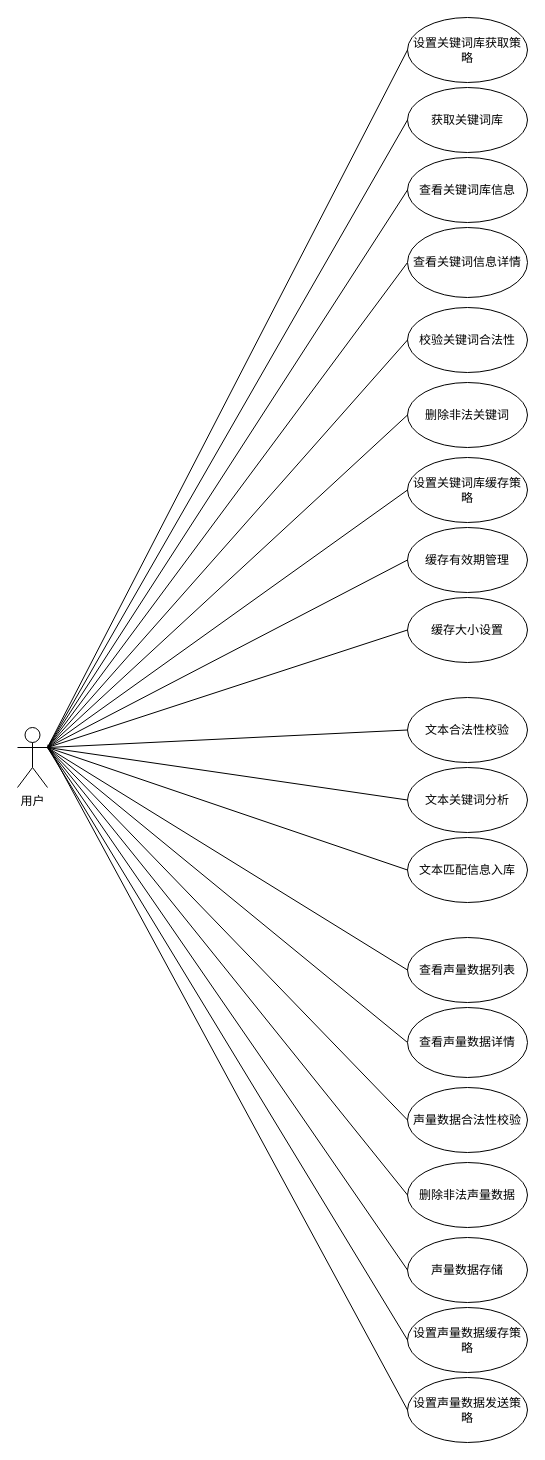
Above: page "Page-1" (1 of 2) of volume system.drawio in ikeyyang/uml (draw.io), before the change. Source tidied: cells renumbered, new cells numbered last; positions are measured from the earlier drawing's top-left corner, leaving out a move shared by most shapes. Both pictures are drawn from the tidied source at 100%, with x=0, y=0 at pixel (17, 17).
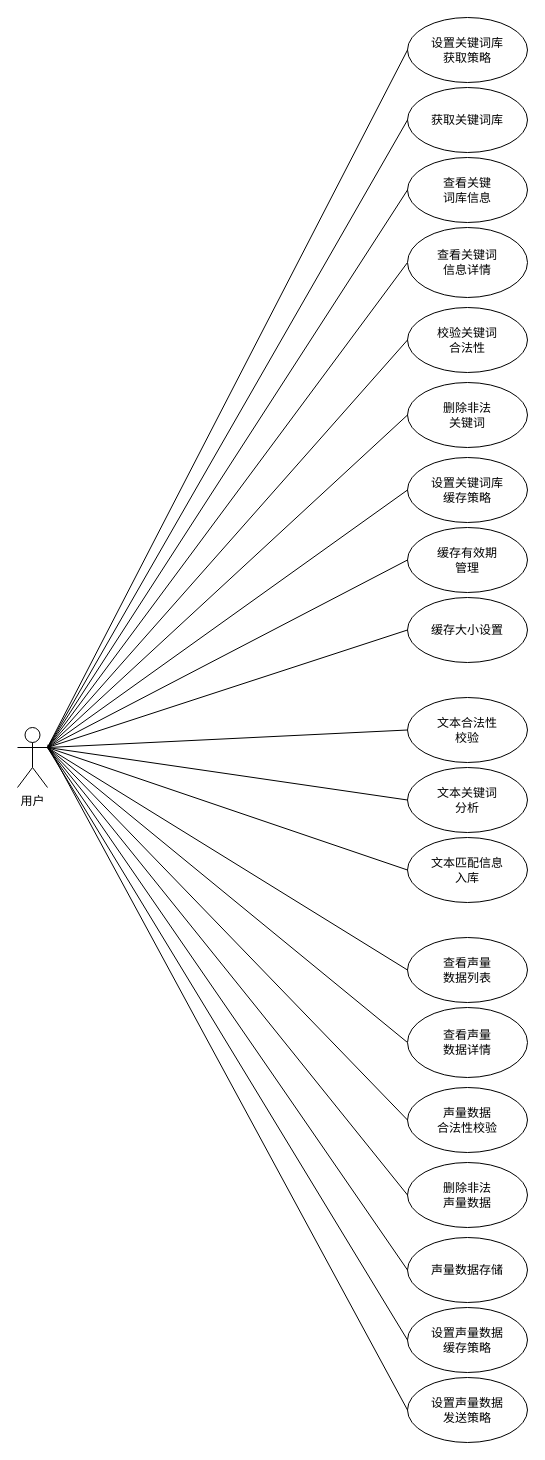
After the change.

Change to the diagram source:
```diff
@@
-    <mxCell id="4" value="校验关键词合法性" style="ellipse;whiteSpace=wrap;html=1;align=center;" parent="1" vertex="1">
+    <mxCell id="4" value="校验关键词&lt;br&gt;合法性" style="ellipse;whiteSpace=wrap;html=1;align=center;" parent="1" vertex="1">
       <mxGeometry x="390" y="290" width="120" height="65" as="geometry" />
     </mxCell>
@@
-    <mxCell id="6" value="设置关键词库缓存策略" style="ellipse;whiteSpace=wrap;html=1;align=center;" parent="1" vertex="1">
+    <mxCell id="6" value="设置关键词库&lt;br&gt;缓存策略" style="ellipse;whiteSpace=wrap;html=1;align=center;" parent="1" vertex="1">
       <mxGeometry x="390" y="440" width="120" height="65" as="geometry" />
     </mxCell>
@@
-    <mxCell id="8" value="缓存有效期管理" style="ellipse;whiteSpace=wrap;html=1;align=center;" parent="1" vertex="1">
+    <mxCell id="8" value="缓存有效期&lt;br&gt;管理" style="ellipse;whiteSpace=wrap;html=1;align=center;" parent="1" vertex="1">
       <mxGeometry x="390" y="510" width="120" height="65" as="geometry" />
     </mxCell>
@@
-    <mxCell id="10" value="删除非法关键词" style="ellipse;whiteSpace=wrap;html=1;align=center;" parent="1" vertex="1">
+    <mxCell id="10" value="删除非法&lt;br&gt;关键词" style="ellipse;whiteSpace=wrap;html=1;align=center;" parent="1" vertex="1">
       <mxGeometry x="390" y="365" width="120" height="65" as="geometry" />
     </mxCell>
@@
-    <mxCell id="12" value="设置关键词库获取策略" style="ellipse;whiteSpace=wrap;html=1;align=center;" parent="1" vertex="1">
+    <mxCell id="12" value="设置关键词库&lt;br&gt;获取策略" style="ellipse;whiteSpace=wrap;html=1;align=center;" parent="1" vertex="1">
       <mxGeometry x="390" width="120" height="65" as="geometry" />
     </mxCell>
@@
-    <mxCell id="14" value="查看关键词库信息" style="ellipse;whiteSpace=wrap;html=1;align=center;" parent="1" vertex="1">
+    <mxCell id="14" value="查看关键&lt;br&gt;词库信息" style="ellipse;whiteSpace=wrap;html=1;align=center;" parent="1" vertex="1">
       <mxGeometry x="390" y="140" width="120" height="65" as="geometry" />
     </mxCell>
@@
-    <mxCell id="18" value="查看关键词信息详情" style="ellipse;whiteSpace=wrap;html=1;align=center;" parent="1" vertex="1">
+    <mxCell id="18" value="查看关键词&lt;br&gt;信息详情" style="ellipse;whiteSpace=wrap;html=1;align=center;" parent="1" vertex="1">
       <mxGeometry x="390" y="210" width="120" height="70" as="geometry" />
     </mxCell>
@@
-    <mxCell id="22" value="文本合法性校验" style="ellipse;whiteSpace=wrap;html=1;align=center;" parent="1" vertex="1">
+    <mxCell id="22" value="文本合法性&lt;br&gt;校验" style="ellipse;whiteSpace=wrap;html=1;align=center;" parent="1" vertex="1">
       <mxGeometry x="390" y="680" width="120" height="65" as="geometry" />
     </mxCell>
@@
-    <mxCell id="24" value="文本关键词分析" style="ellipse;whiteSpace=wrap;html=1;align=center;" parent="1" vertex="1">
+    <mxCell id="24" value="文本关键词&lt;br&gt;分析" style="ellipse;whiteSpace=wrap;html=1;align=center;" parent="1" vertex="1">
       <mxGeometry x="390" y="750" width="120" height="65" as="geometry" />
     </mxCell>
@@
-    <mxCell id="26" value="文本匹配信息入库" style="ellipse;whiteSpace=wrap;html=1;align=center;" parent="1" vertex="1">
+    <mxCell id="26" value="文本匹配信息&lt;br&gt;入库" style="ellipse;whiteSpace=wrap;html=1;align=center;" parent="1" vertex="1">
       <mxGeometry x="390" y="820" width="120" height="65" as="geometry" />
     </mxCell>
@@
-    <mxCell id="28" value="声量数据合法性校验" style="ellipse;whiteSpace=wrap;html=1;align=center;" parent="1" vertex="1">
+    <mxCell id="28" value="声量数据&lt;br&gt;合法性校验" style="ellipse;whiteSpace=wrap;html=1;align=center;" parent="1" vertex="1">
       <mxGeometry x="390" y="1070" width="120" height="65" as="geometry" />
     </mxCell>
@@
-    <mxCell id="32" value="设置声量数据缓存策略" style="ellipse;whiteSpace=wrap;html=1;align=center;" parent="1" vertex="1">
+    <mxCell id="32" value="设置声量数据&lt;br&gt;缓存策略" style="ellipse;whiteSpace=wrap;html=1;align=center;" parent="1" vertex="1">
       <mxGeometry x="390" y="1290" width="120" height="65" as="geometry" />
     </mxCell>
@@
-    <mxCell id="34" value="删除非法声量数据" style="ellipse;whiteSpace=wrap;html=1;align=center;" parent="1" vertex="1">
+    <mxCell id="34" value="删除非法&lt;br&gt;声量数据" style="ellipse;whiteSpace=wrap;html=1;align=center;" parent="1" vertex="1">
       <mxGeometry x="390" y="1145" width="120" height="65" as="geometry" />
     </mxCell>
@@
-    <mxCell id="36" value="查看声量数据列表" style="ellipse;whiteSpace=wrap;html=1;align=center;" parent="1" vertex="1">
+    <mxCell id="36" value="查看声量&lt;br&gt;数据列表" style="ellipse;whiteSpace=wrap;html=1;align=center;" parent="1" vertex="1">
       <mxGeometry x="390" y="920" width="120" height="65" as="geometry" />
     </mxCell>
@@
-    <mxCell id="38" value="查看声量数据详情" style="ellipse;whiteSpace=wrap;html=1;align=center;" parent="1" vertex="1">
+    <mxCell id="38" value="查看声量&lt;br&gt;数据详情" style="ellipse;whiteSpace=wrap;html=1;align=center;" parent="1" vertex="1">
       <mxGeometry x="390" y="990" width="120" height="70" as="geometry" />
     </mxCell>
@@
-    <mxCell id="40" value="设置声量数据发送策略" style="ellipse;whiteSpace=wrap;html=1;align=center;" parent="1" vertex="1">
+    <mxCell id="40" value="设置声量数据&lt;br&gt;发送策略" style="ellipse;whiteSpace=wrap;html=1;align=center;" parent="1" vertex="1">
       <mxGeometry x="390" y="1360" width="120" height="65" as="geometry" />
     </mxCell>
```
